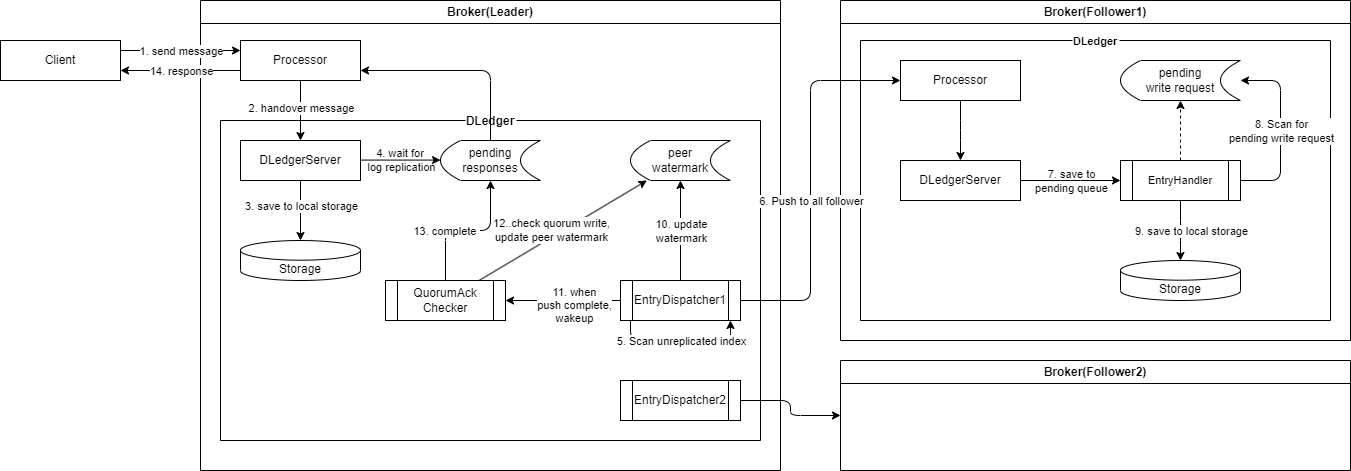
Above: rocketmq/99991231-rocketmq-dledger-log-replication.assets/dledger-entry-push-component.drawio.png in HScarb/knowledge (draw.io), before the change. Source tidied: cells renumbered, new cells last; positions are measured from the earlier drawing's top-left corner, leaving out a move shared by most shapes.
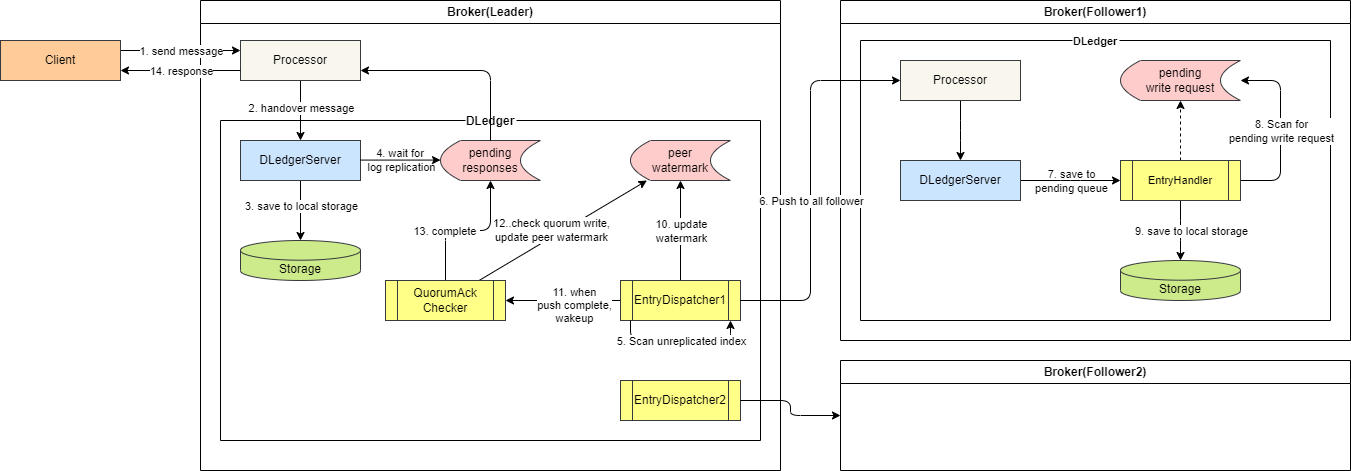
After the commit.

The edit, as a diff of the source:
```diff
@@ -16,13 +16,13 @@
         <mxPoint x="2" y="11" as="offset" />
       </mxGeometry>
     </mxCell>
-    <mxCell id="6" value="DLedgerServer" style="rounded=0;whiteSpace=wrap;html=1;labelBackgroundColor=default;gradientColor=none;" parent="3" vertex="1">
+    <mxCell id="6" value="DLedgerServer" style="rounded=0;whiteSpace=wrap;html=1;labelBackgroundColor=none;fillColor=#cce5ff;strokeColor=#36393d;" parent="3" vertex="1">
       <mxGeometry x="20" y="20" width="120" height="40" as="geometry" />
     </mxCell>
-    <mxCell id="7" value="Storage" style="shape=cylinder3;whiteSpace=wrap;html=1;boundedLbl=1;backgroundOutline=1;size=9.852348993288615;labelBackgroundColor=default;gradientColor=none;" parent="3" vertex="1">
+    <mxCell id="7" value="Storage" style="shape=cylinder3;whiteSpace=wrap;html=1;boundedLbl=1;backgroundOutline=1;size=9.852348993288615;labelBackgroundColor=none;fillColor=#cdeb8b;strokeColor=#36393d;" parent="3" vertex="1">
       <mxGeometry x="20" y="120" width="120" height="40" as="geometry" />
     </mxCell>
-    <mxCell id="8" value="pending responses" style="shape=dataStorage;whiteSpace=wrap;html=1;fixedSize=1;labelBackgroundColor=none;gradientColor=none;" parent="3" vertex="1">
+    <mxCell id="8" value="pending responses" style="shape=dataStorage;whiteSpace=wrap;html=1;fixedSize=1;labelBackgroundColor=none;fillColor=#ffcccc;strokeColor=#36393d;" parent="3" vertex="1">
       <mxGeometry x="220" y="20" width="100" height="40" as="geometry" />
     </mxCell>
     <mxCell id="9" style="edgeStyle=elbowEdgeStyle;elbow=vertical;html=1;fontSize=11;" parent="3" edge="1" source="13" target="20">
@@ -41,7 +41,7 @@
         <mxPoint x="-3" y="-9" as="offset" />
       </mxGeometry>
     </mxCell>
-    <mxCell id="13" value="EntryDispatcher1" style="shape=process;whiteSpace=wrap;html=1;backgroundOutline=1;labelBackgroundColor=none;gradientColor=none;" parent="3" vertex="1">
+    <mxCell id="13" value="EntryDispatcher1" style="shape=process;whiteSpace=wrap;html=1;backgroundOutline=1;labelBackgroundColor=none;fillColor=#ffff88;strokeColor=#36393d;fontColor=default;" parent="3" vertex="1">
       <mxGeometry x="400" y="160" width="120" height="40" as="geometry" />
     </mxCell>
     <mxCell id="14" style="edgeStyle=none;html=1;" parent="3" edge="1">
@@ -71,10 +71,10 @@
         <mxPoint x="-4" y="-3" as="offset" />
       </mxGeometry>
     </mxCell>
-    <mxCell id="20" value="QuorumAck&lt;br&gt;Checker" style="shape=process;whiteSpace=wrap;html=1;backgroundOutline=1;labelBackgroundColor=none;gradientColor=none;" parent="3" vertex="1">
+    <mxCell id="20" value="QuorumAck&lt;br&gt;Checker" style="shape=process;whiteSpace=wrap;html=1;backgroundOutline=1;labelBackgroundColor=none;fillColor=#ffff88;strokeColor=#36393d;fontColor=default;" parent="3" vertex="1">
       <mxGeometry x="165" y="160" width="120" height="40" as="geometry" />
     </mxCell>
-    <mxCell id="21" value="peer &lt;br&gt;watermark" style="shape=dataStorage;whiteSpace=wrap;html=1;fixedSize=1;labelBackgroundColor=none;gradientColor=none;" parent="3" vertex="1">
+    <mxCell id="21" value="peer &lt;br&gt;watermark" style="shape=dataStorage;whiteSpace=wrap;html=1;fixedSize=1;labelBackgroundColor=none;fillColor=#ffcccc;strokeColor=#36393d;" parent="3" vertex="1">
       <mxGeometry x="410" y="20" width="100" height="40" as="geometry" />
     </mxCell>
     <mxCell id="22" style="edgeStyle=elbowEdgeStyle;html=1;fontSize=11;elbow=vertical;" parent="3" edge="1" source="13" target="13">
@@ -89,7 +89,7 @@
         <mxPoint x="31" as="offset" />
       </mxGeometry>
     </mxCell>
-    <mxCell id="24" value="EntryDispatcher2" style="shape=process;whiteSpace=wrap;html=1;backgroundOutline=1;labelBackgroundColor=none;gradientColor=none;" parent="3" vertex="1">
+    <mxCell id="24" value="EntryDispatcher2" style="shape=process;whiteSpace=wrap;html=1;backgroundOutline=1;labelBackgroundColor=none;fillColor=#ffff88;strokeColor=#36393d;fontColor=default;" parent="3" vertex="1">
       <mxGeometry x="400" y="260" width="120" height="40" as="geometry" />
     </mxCell>
     <mxCell id="25" style="edgeStyle=none;html=1;" parent="2" edge="1" source="27" target="6">
@@ -100,7 +100,7 @@
         <mxPoint y="6" as="offset" />
       </mxGeometry>
     </mxCell>
-    <mxCell id="27" value="Processor" style="rounded=0;whiteSpace=wrap;html=1;" parent="2" vertex="1">
+    <mxCell id="27" value="Processor" style="rounded=0;whiteSpace=wrap;html=1;fillColor=#f9f7ed;strokeColor=#36393d;" parent="2" vertex="1">
       <mxGeometry x="40" y="40" width="120" height="40" as="geometry" />
     </mxCell>
     <mxCell id="28" style="edgeStyle=none;html=1;" parent="2" edge="1">
@@ -121,7 +121,7 @@
         </Array>
       </mxGeometry>
     </mxCell>
-    <mxCell id="31" value="Client" style="rounded=0;whiteSpace=wrap;html=1;" parent="1" vertex="1">
+    <mxCell id="31" value="Client" style="rounded=0;whiteSpace=wrap;html=1;fillColor=#ffcc99;strokeColor=#36393d;" parent="1" vertex="1">
       <mxGeometry y="40" width="120" height="40" as="geometry" />
     </mxCell>
     <mxCell id="32" value="Broker(Follower1)" style="swimlane;whiteSpace=wrap;html=1;labelBackgroundColor=none;gradientColor=none;" parent="1" vertex="1">
@@ -133,13 +133,13 @@
     <mxCell id="34" style="edgeStyle=elbowEdgeStyle;html=1;fontSize=11;" parent="33" edge="1" source="35" target="37">
       <mxGeometry relative="1" as="geometry" />
     </mxCell>
-    <mxCell id="35" value="Processor" style="rounded=0;whiteSpace=wrap;html=1;labelBackgroundColor=none;gradientColor=none;" parent="33" vertex="1">
+    <mxCell id="35" value="Processor" style="rounded=0;whiteSpace=wrap;html=1;labelBackgroundColor=none;fillColor=#f9f7ed;strokeColor=#36393d;" parent="33" vertex="1">
       <mxGeometry x="40" y="20" width="120" height="40" as="geometry" />
     </mxCell>
     <mxCell id="36" style="edgeStyle=elbowEdgeStyle;html=1;fontSize=11;" parent="33" edge="1" source="37" target="44">
       <mxGeometry relative="1" as="geometry" />
     </mxCell>
-    <mxCell id="37" value="DLedgerServer" style="rounded=0;whiteSpace=wrap;html=1;labelBackgroundColor=default;gradientColor=none;" parent="33" vertex="1">
+    <mxCell id="37" value="DLedgerServer" style="rounded=0;whiteSpace=wrap;html=1;labelBackgroundColor=none;fillColor=#cce5ff;strokeColor=#36393d;" parent="33" vertex="1">
       <mxGeometry x="40" y="120" width="120" height="40" as="geometry" />
     </mxCell>
     <mxCell id="38" style="edgeStyle=elbowEdgeStyle;html=1;fontSize=11;elbow=vertical;dashed=1;" parent="33" edge="1" source="44" target="45">
@@ -171,13 +171,13 @@
         <mxPoint x="13" y="10" as="offset" />
       </mxGeometry>
     </mxCell>
-    <mxCell id="44" value="EntryHandler" style="shape=process;whiteSpace=wrap;html=1;backgroundOutline=1;labelBackgroundColor=default;fontSize=11;gradientColor=none;" parent="33" vertex="1">
+    <mxCell id="44" value="EntryHandler" style="shape=process;whiteSpace=wrap;html=1;backgroundOutline=1;labelBackgroundColor=none;fontSize=11;fillColor=#ffff88;strokeColor=#36393d;fontColor=default;" parent="33" vertex="1">
       <mxGeometry x="260" y="120" width="120" height="40" as="geometry" />
     </mxCell>
-    <mxCell id="45" value="pending&lt;br&gt;write request" style="shape=dataStorage;whiteSpace=wrap;html=1;fixedSize=1;labelBackgroundColor=none;gradientColor=none;" parent="33" vertex="1">
+    <mxCell id="45" value="pending&lt;br&gt;write request" style="shape=dataStorage;whiteSpace=wrap;html=1;fixedSize=1;labelBackgroundColor=none;fillColor=#ffcccc;strokeColor=#36393d;" parent="33" vertex="1">
       <mxGeometry x="260" y="20" width="120" height="40" as="geometry" />
     </mxCell>
-    <mxCell id="46" value="Storage" style="shape=cylinder3;whiteSpace=wrap;html=1;boundedLbl=1;backgroundOutline=1;size=9.852348993288615;labelBackgroundColor=default;gradientColor=none;" parent="33" vertex="1">
+    <mxCell id="46" value="Storage" style="shape=cylinder3;whiteSpace=wrap;html=1;boundedLbl=1;backgroundOutline=1;size=9.852348993288615;labelBackgroundColor=none;fillColor=#cdeb8b;strokeColor=#36393d;" parent="33" vertex="1">
       <mxGeometry x="260" y="220" width="120" height="40" as="geometry" />
     </mxCell>
     <mxCell id="47" style="edgeStyle=elbowEdgeStyle;html=1;" parent="1" edge="1" source="13" target="35">
```
